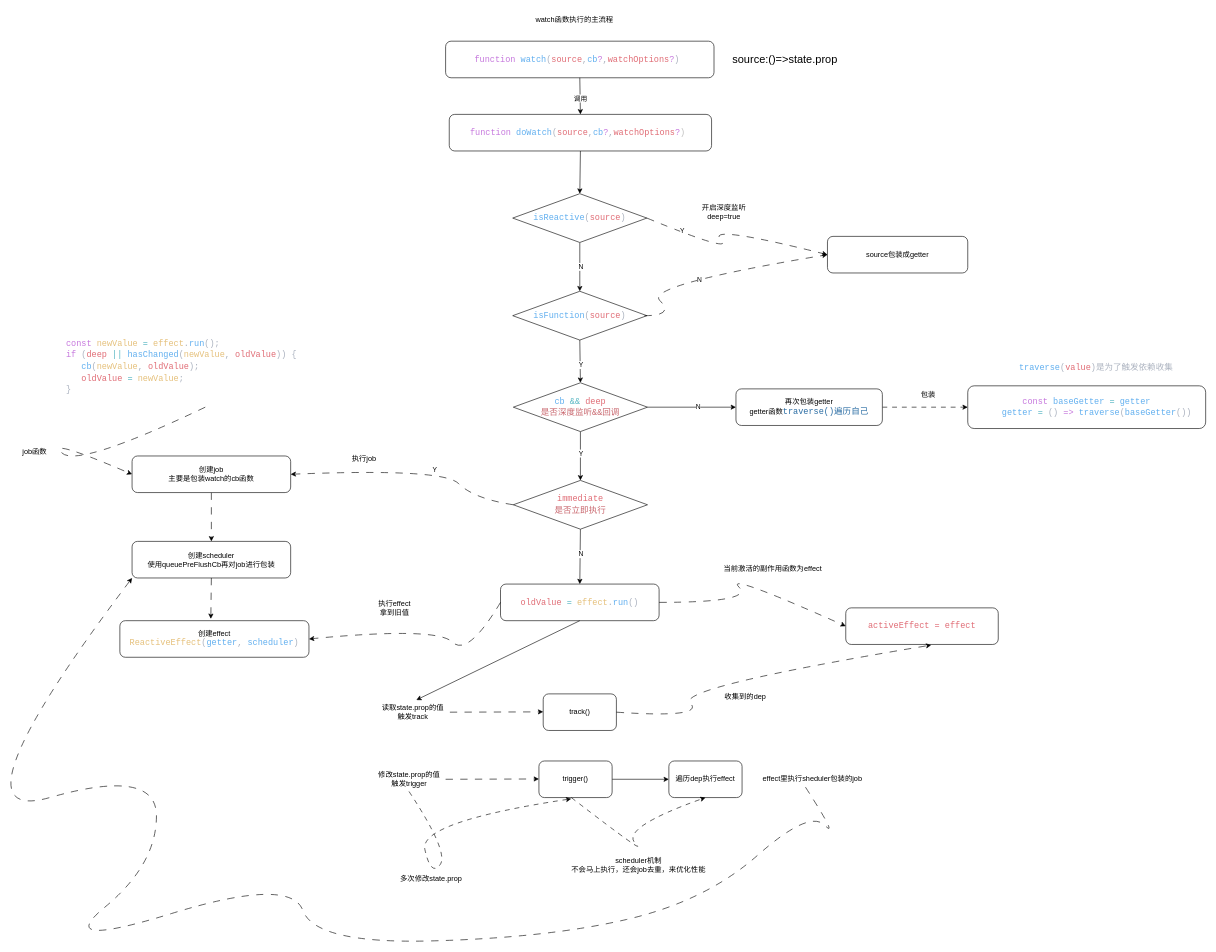
BINGWU2003/vue-next-mini keeps this draw.io diagram as docs/runtime-core/watch函数执行主流程.dio. Above is the earlier version. Source tidied: cells renumbered, new cells numbered last; positions are measured from the earlier drawing's top-left corner, leaving out a move shared by most shapes. Both pictures are drawn from the tidied source at 61%, with x=0, y=0 at pixel (-57, 10).
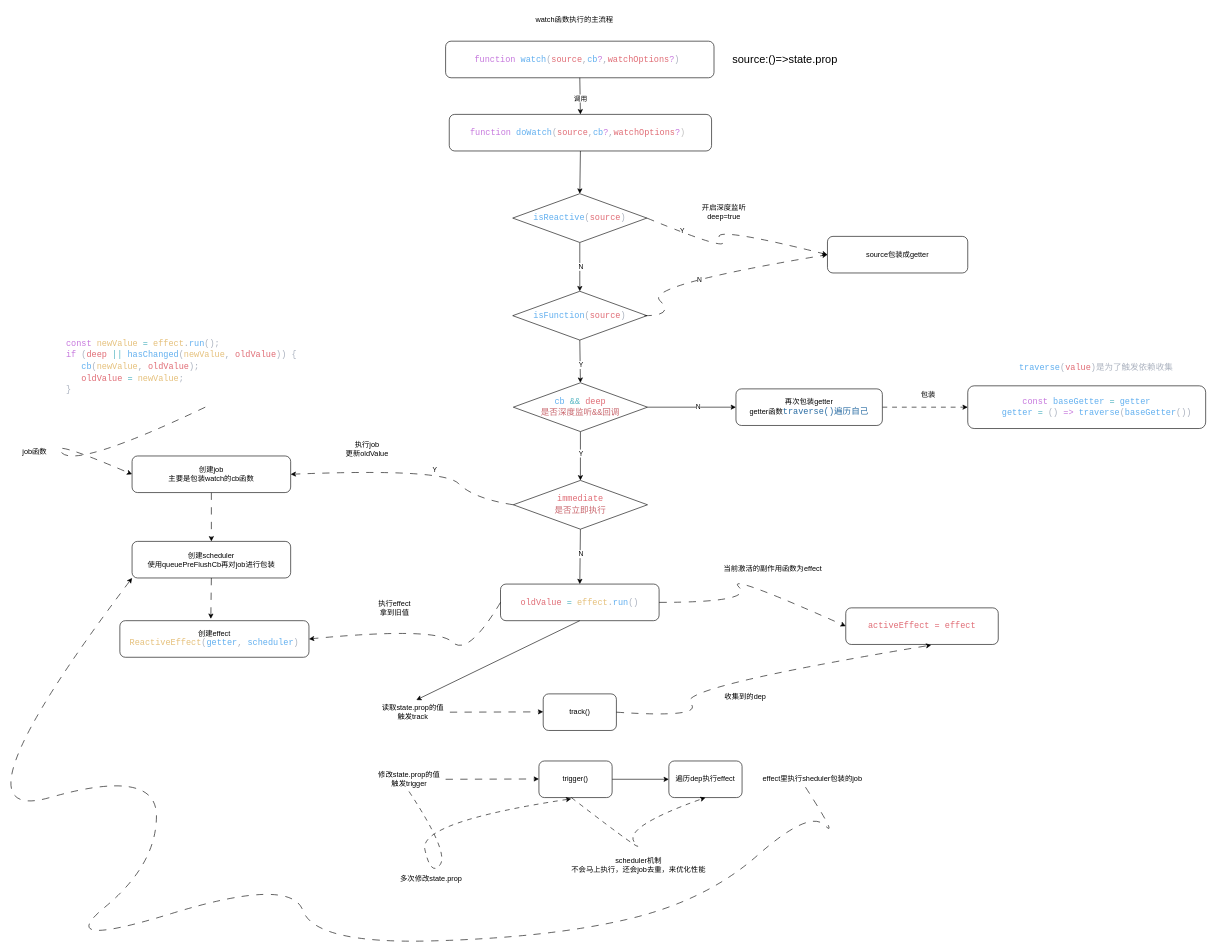
After the change.

Commit message:
feat: Implement feature X to enhance user experience and fix bug Y in module Z

Change to the diagram source:
```diff
@@
-    <mxCell id="40" value="执行job" style="text;html=1;align=center;verticalAlign=middle;strokeColor=none;fillColor=none;" parent="1" vertex="1">
-      <mxGeometry x="660" y="720" width="60" height="30" as="geometry" />
+    <mxCell id="40" value="执行job&lt;div&gt;更新oldValue&lt;/div&gt;" style="text;html=1;align=center;verticalAlign=middle;strokeColor=none;fillColor=none;" parent="1" vertex="1">
+      <mxGeometry x="650" y="698" width="90" height="40" as="geometry" />
     </mxCell>
```
